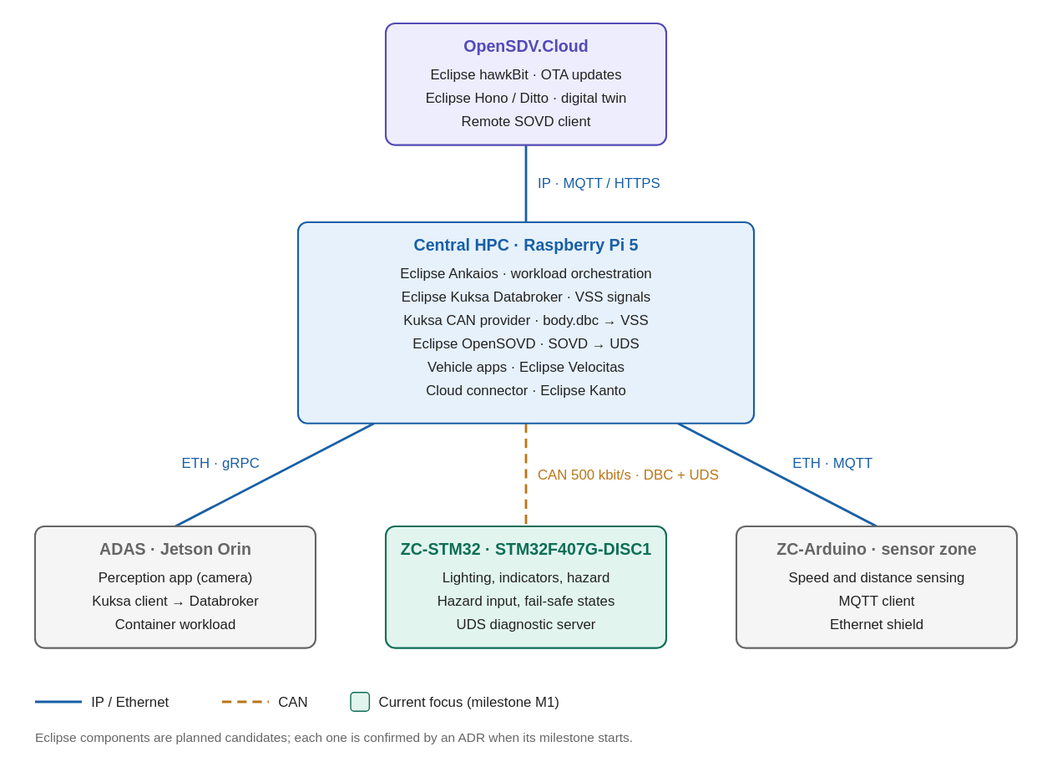
Above: docs/architecture/network/network-topology.drawio.svg in santhosh-ing/Open_SDV_Bench (draw.io), before the change. Source tidied: cells renumbered, new cells last; positions are measured from the earlier drawing's top-left corner, leaving out a move shared by most shapes. Source of this version:
```xml
<mxGraphModel background="#FFFFFF">
  <root>
    <mxCell id="0" />
    <mxCell id="1" parent="0" />
    <mxCell id="2" value="&lt;b style=&quot;color:#534AB7;font-size:14px&quot;&gt;OpenSDV.Cloud&lt;/b&gt;&lt;br&gt;Eclipse hawkBit · OTA updates&lt;br&gt;Eclipse Hono / Ditto · digital twin&lt;br&gt;Remote SOVD client" style="rounded=1;arcSize=6;whiteSpace=wrap;html=1;verticalAlign=top;spacingTop=6;fillColor=#EEEDFE;strokeColor=#534AB7;strokeWidth=1.5;fontFamily=Helvetica;fontSize=12;" parent="1" vertex="1">
      <mxGeometry x="300" width="240" height="104" as="geometry" />
    </mxCell>
    <mxCell id="3" value="&lt;b style=&quot;color:#185FA5;font-size:14px&quot;&gt;Central HPC · Raspberry Pi 5&lt;/b&gt;&lt;br&gt;Eclipse Ankaios · workload orchestration&lt;br&gt;Eclipse Kuksa Databroker · VSS signals&lt;br&gt;Kuksa CAN provider · body.dbc → VSS&lt;br&gt;Eclipse OpenSOVD · SOVD → UDS&lt;br&gt;Vehicle apps · Eclipse Velocitas&lt;br&gt;Cloud connector · Eclipse Kanto" style="rounded=1;arcSize=6;whiteSpace=wrap;html=1;verticalAlign=top;spacingTop=6;fillColor=#E6F1FB;strokeColor=#185FA5;strokeWidth=1.5;fontFamily=Helvetica;fontSize=12;" parent="1" vertex="1">
      <mxGeometry x="225" y="170" width="390" height="172" as="geometry" />
    </mxCell>
    <mxCell id="4" value="&lt;b style=&quot;color:#666666;font-size:14px&quot;&gt;ADAS · Jetson Orin&lt;/b&gt;&lt;br&gt;Perception app (camera)&lt;br&gt;Kuksa client → Databroker&lt;br&gt;Container workload" style="rounded=1;arcSize=6;whiteSpace=wrap;html=1;verticalAlign=top;spacingTop=6;fillColor=#F5F5F5;strokeColor=#666666;strokeWidth=1.5;fontFamily=Helvetica;fontSize=12;" parent="1" vertex="1">
      <mxGeometry y="430" width="240" height="104" as="geometry" />
    </mxCell>
    <mxCell id="5" value="&lt;b style=&quot;color:#0F6E56;font-size:14px&quot;&gt;ZC-STM32 · STM32F407G-DISC1&lt;/b&gt;&lt;br&gt;Lighting, indicators, hazard&lt;br&gt;Hazard input, fail-safe states&lt;br&gt;UDS diagnostic server" style="rounded=1;arcSize=6;whiteSpace=wrap;html=1;verticalAlign=top;spacingTop=6;fillColor=#E1F5EE;strokeColor=#0F6E56;strokeWidth=1.5;fontFamily=Helvetica;fontSize=12;" parent="1" vertex="1">
      <mxGeometry x="300" y="430" width="240" height="104" as="geometry" />
    </mxCell>
    <mxCell id="6" value="&lt;b style=&quot;color:#666666;font-size:14px&quot;&gt;ZC-Arduino · sensor zone&lt;/b&gt;&lt;br&gt;Speed and distance sensing&lt;br&gt;MQTT client&lt;br&gt;Ethernet shield" style="rounded=1;arcSize=6;whiteSpace=wrap;html=1;verticalAlign=top;spacingTop=6;fillColor=#F5F5F5;strokeColor=#666666;strokeWidth=1.5;fontFamily=Helvetica;fontSize=12;" parent="1" vertex="1">
      <mxGeometry x="600" y="430" width="240" height="104" as="geometry" />
    </mxCell>
    <mxCell id="7" value="IP · MQTT / HTTPS" style="endArrow=none;html=1;strokeColor=#185FA5;strokeWidth=2;fontColor=#185FA5;fontSize=12;labelBackgroundColor=#FFFFFF;" parent="1" edge="1" source="2" target="3">
      <mxGeometry relative="1" as="geometry" />
    </mxCell>
    <mxCell id="8" value="ETH · gRPC" style="endArrow=none;html=1;strokeColor=#185FA5;strokeWidth=2;fontColor=#185FA5;fontSize=12;labelBackgroundColor=#FFFFFF;" parent="1" edge="1" source="3" target="4">
      <mxGeometry relative="1" as="geometry" />
    </mxCell>
    <mxCell id="9" value="CAN 500 kbit/s · DBC + UDS" style="endArrow=none;html=1;strokeColor=#BA7517;strokeWidth=2;fontColor=#BA7517;fontSize=12;labelBackgroundColor=#FFFFFF;dashed=1;dashPattern=8 5;" parent="1" edge="1" source="3" target="5">
      <mxGeometry relative="1" as="geometry" />
    </mxCell>
    <mxCell id="10" value="ETH · MQTT" style="endArrow=none;html=1;strokeColor=#185FA5;strokeWidth=2;fontColor=#185FA5;fontSize=12;labelBackgroundColor=#FFFFFF;" parent="1" edge="1" source="3" target="6">
      <mxGeometry relative="1" as="geometry" />
    </mxCell>
    <mxCell id="11" value="&lt;span style=&quot;color:#185FA5&quot;&gt;━━&lt;/span&gt; IP / Ethernet   &lt;span style=&quot;color:#BA7517&quot;&gt;╍╍&lt;/span&gt; CAN   &lt;span style=&quot;background:#E1F5EE&quot;&gt;&amp;nbsp;&amp;nbsp;&amp;nbsp;&lt;/span&gt; Current focus (milestone M1)" style="text;html=1;align=left;verticalAlign=middle;fontFamily=Helvetica;fontSize=12;fontColor=#444444;" parent="1" vertex="1">
      <mxGeometry y="570" width="600" height="20" as="geometry" />
    </mxCell>
    <mxCell id="12" value="Eclipse components are planned candidates; each one is confirmed by an ADR when its milestone starts." style="text;html=1;align=left;verticalAlign=middle;fontFamily=Helvetica;fontSize=12;fontColor=#444444;" parent="1" vertex="1">
      <mxGeometry y="600" width="840" height="20" as="geometry" />
    </mxCell>
  </root>
</mxGraphModel>
```
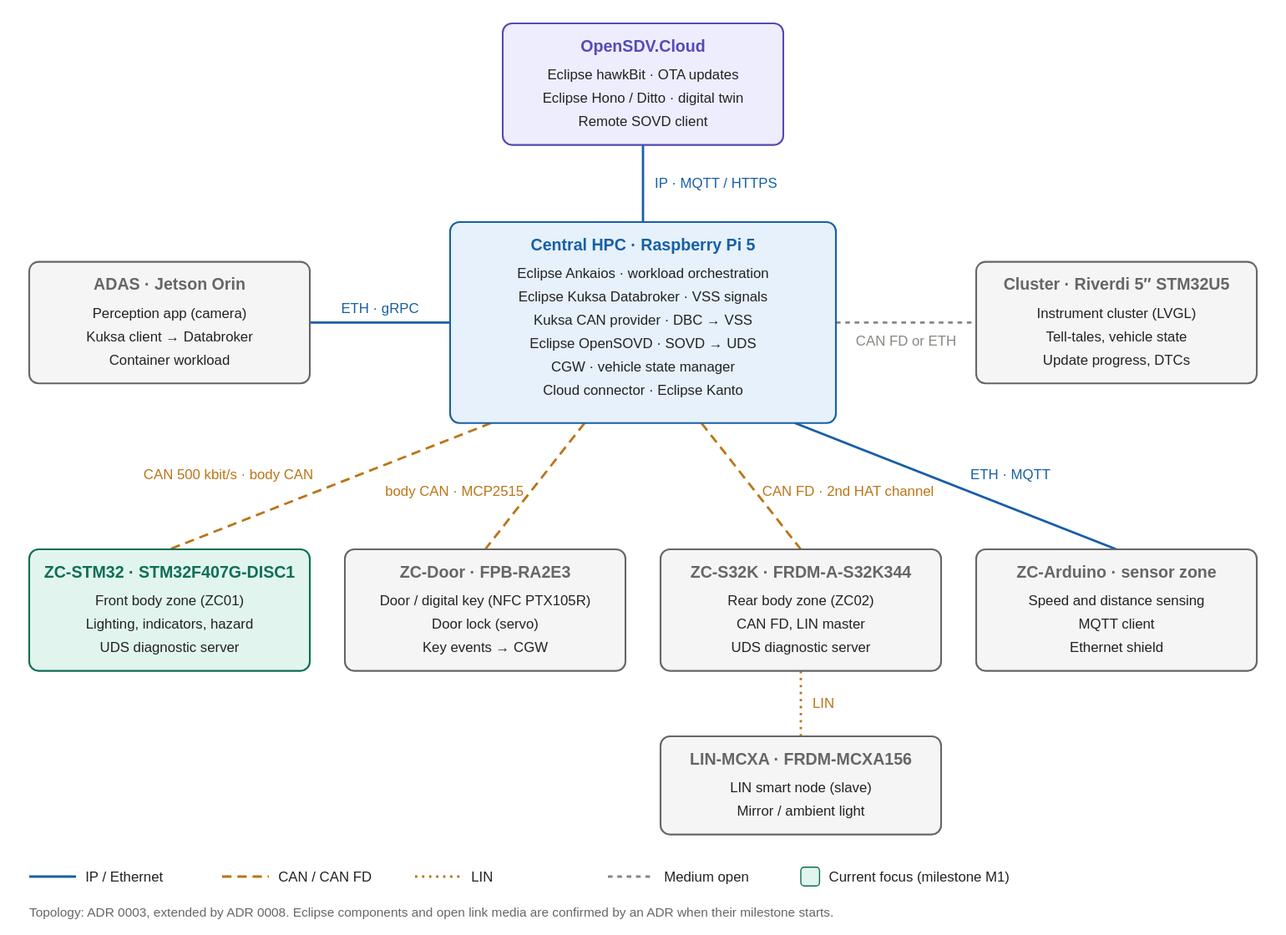
After the change.

Diff of the diagram source:
```diff
@@ -3,37 +3,61 @@
     <mxCell id="0" />
     <mxCell id="1" parent="0" />
     <mxCell id="2" value="&lt;b style=&quot;color:#534AB7;font-size:14px&quot;&gt;OpenSDV.Cloud&lt;/b&gt;&lt;br&gt;Eclipse hawkBit · OTA updates&lt;br&gt;Eclipse Hono / Ditto · digital twin&lt;br&gt;Remote SOVD client" style="rounded=1;arcSize=6;whiteSpace=wrap;html=1;verticalAlign=top;spacingTop=6;fillColor=#EEEDFE;strokeColor=#534AB7;strokeWidth=1.5;fontFamily=Helvetica;fontSize=12;" parent="1" vertex="1">
-      <mxGeometry x="300" width="240" height="104" as="geometry" />
+      <mxGeometry x="400" width="240" height="104" as="geometry" />
     </mxCell>
-    <mxCell id="3" value="&lt;b style=&quot;color:#185FA5;font-size:14px&quot;&gt;Central HPC · Raspberry Pi 5&lt;/b&gt;&lt;br&gt;Eclipse Ankaios · workload orchestration&lt;br&gt;Eclipse Kuksa Databroker · VSS signals&lt;br&gt;Kuksa CAN provider · body.dbc → VSS&lt;br&gt;Eclipse OpenSOVD · SOVD → UDS&lt;br&gt;Vehicle apps · Eclipse Velocitas&lt;br&gt;Cloud connector · Eclipse Kanto" style="rounded=1;arcSize=6;whiteSpace=wrap;html=1;verticalAlign=top;spacingTop=6;fillColor=#E6F1FB;strokeColor=#185FA5;strokeWidth=1.5;fontFamily=Helvetica;fontSize=12;" parent="1" vertex="1">
-      <mxGeometry x="225" y="170" width="390" height="172" as="geometry" />
+    <mxCell id="3" value="&lt;b style=&quot;color:#185FA5;font-size:14px&quot;&gt;Central HPC · Raspberry Pi 5&lt;/b&gt;&lt;br&gt;Eclipse Ankaios · workload orchestration&lt;br&gt;Eclipse Kuksa Databroker · VSS signals&lt;br&gt;Kuksa CAN provider · DBC → VSS&lt;br&gt;Eclipse OpenSOVD · SOVD → UDS&lt;br&gt;CGW · vehicle state manager&lt;br&gt;Cloud connector · Eclipse Kanto" style="rounded=1;arcSize=6;whiteSpace=wrap;html=1;verticalAlign=top;spacingTop=6;fillColor=#E6F1FB;strokeColor=#185FA5;strokeWidth=1.5;fontFamily=Helvetica;fontSize=12;" parent="1" vertex="1">
+      <mxGeometry x="355" y="170" width="330" height="172" as="geometry" />
     </mxCell>
     <mxCell id="4" value="&lt;b style=&quot;color:#666666;font-size:14px&quot;&gt;ADAS · Jetson Orin&lt;/b&gt;&lt;br&gt;Perception app (camera)&lt;br&gt;Kuksa client → Databroker&lt;br&gt;Container workload" style="rounded=1;arcSize=6;whiteSpace=wrap;html=1;verticalAlign=top;spacingTop=6;fillColor=#F5F5F5;strokeColor=#666666;strokeWidth=1.5;fontFamily=Helvetica;fontSize=12;" parent="1" vertex="1">
-      <mxGeometry y="430" width="240" height="104" as="geometry" />
+      <mxGeometry x="-5" y="204" width="240" height="104" as="geometry" />
     </mxCell>
+    <mxCell id="13" value="&lt;b style=&quot;color:#666666;font-size:14px&quot;&gt;Cluster · Riverdi 5″ STM32U5&lt;/b&gt;&lt;br&gt;Instrument cluster (LVGL)&lt;br&gt;Tell-tales, vehicle state&lt;br&gt;Update progress, DTCs" style="rounded=1;arcSize=6;whiteSpace=wrap;html=1;verticalAlign=top;spacingTop=6;fillColor=#F5F5F5;strokeColor=#666666;strokeWidth=1.5;fontFamily=Helvetica;fontSize=12;" parent="1" vertex="1">
+      <mxGeometry x="805" y="204" width="240" height="104" as="geometry" />
+    </mxCell>
-    <mxCell id="5" value="&lt;b style=&quot;color:#0F6E56;font-size:14px&quot;&gt;ZC-STM32 · STM32F407G-DISC1&lt;/b&gt;&lt;br&gt;Lighting, indicators, hazard&lt;br&gt;Hazard input, fail-safe states&lt;br&gt;UDS diagnostic server" style="rounded=1;arcSize=6;whiteSpace=wrap;html=1;verticalAlign=top;spacingTop=6;fillColor=#E1F5EE;strokeColor=#0F6E56;strokeWidth=1.5;fontFamily=Helvetica;fontSize=12;" parent="1" vertex="1">
-      <mxGeometry x="300" y="430" width="240" height="104" as="geometry" />
+    <mxCell id="5" value="&lt;b style=&quot;color:#0F6E56;font-size:14px&quot;&gt;ZC-STM32 · STM32F407G-DISC1&lt;/b&gt;&lt;br&gt;Front body zone (ZC01)&lt;br&gt;Lighting, indicators, hazard&lt;br&gt;UDS diagnostic server" style="rounded=1;arcSize=6;whiteSpace=wrap;html=1;verticalAlign=top;spacingTop=6;fillColor=#E1F5EE;strokeColor=#0F6E56;strokeWidth=1.5;fontFamily=Helvetica;fontSize=12;" parent="1" vertex="1">
+      <mxGeometry x="-5" y="450" width="240" height="104" as="geometry" />
     </mxCell>
+    <mxCell id="14" value="&lt;b style=&quot;color:#666666;font-size:14px&quot;&gt;ZC-Door · FPB-RA2E3&lt;/b&gt;&lt;br&gt;Door / digital key (NFC PTX105R)&lt;br&gt;Door lock (servo)&lt;br&gt;Key events → CGW" style="rounded=1;arcSize=6;whiteSpace=wrap;html=1;verticalAlign=top;spacingTop=6;fillColor=#F5F5F5;strokeColor=#666666;strokeWidth=1.5;fontFamily=Helvetica;fontSize=12;" parent="1" vertex="1">
+      <mxGeometry x="265" y="450" width="240" height="104" as="geometry" />
+    </mxCell>
+    <mxCell id="15" value="&lt;b style=&quot;color:#666666;font-size:14px&quot;&gt;ZC-S32K · FRDM-A-S32K344&lt;/b&gt;&lt;br&gt;Rear body zone (ZC02)&lt;br&gt;CAN FD, LIN master&lt;br&gt;UDS diagnostic server" style="rounded=1;arcSize=6;whiteSpace=wrap;html=1;verticalAlign=top;spacingTop=6;fillColor=#F5F5F5;strokeColor=#666666;strokeWidth=1.5;fontFamily=Helvetica;fontSize=12;" parent="1" vertex="1">
+      <mxGeometry x="535" y="450" width="240" height="104" as="geometry" />
+    </mxCell>
     <mxCell id="6" value="&lt;b style=&quot;color:#666666;font-size:14px&quot;&gt;ZC-Arduino · sensor zone&lt;/b&gt;&lt;br&gt;Speed and distance sensing&lt;br&gt;MQTT client&lt;br&gt;Ethernet shield" style="rounded=1;arcSize=6;whiteSpace=wrap;html=1;verticalAlign=top;spacingTop=6;fillColor=#F5F5F5;strokeColor=#666666;strokeWidth=1.5;fontFamily=Helvetica;fontSize=12;" parent="1" vertex="1">
-      <mxGeometry x="600" y="430" width="240" height="104" as="geometry" />
+      <mxGeometry x="805" y="450" width="240" height="104" as="geometry" />
     </mxCell>
+    <mxCell id="16" value="&lt;b style=&quot;color:#666666;font-size:14px&quot;&gt;LIN-MCXA · FRDM-MCXA156&lt;/b&gt;&lt;br&gt;LIN smart node (slave)&lt;br&gt;Mirror / ambient light" style="rounded=1;arcSize=6;whiteSpace=wrap;html=1;verticalAlign=top;spacingTop=6;fillColor=#F5F5F5;strokeColor=#666666;strokeWidth=1.5;fontFamily=Helvetica;fontSize=12;" parent="1" vertex="1">
+      <mxGeometry x="535" y="610" width="240" height="84" as="geometry" />
+    </mxCell>
     <mxCell id="7" value="IP · MQTT / HTTPS" style="endArrow=none;html=1;strokeColor=#185FA5;strokeWidth=2;fontColor=#185FA5;fontSize=12;labelBackgroundColor=#FFFFFF;" parent="1" edge="1" source="2" target="3">
       <mxGeometry relative="1" as="geometry" />
     </mxCell>
     <mxCell id="8" value="ETH · gRPC" style="endArrow=none;html=1;strokeColor=#185FA5;strokeWidth=2;fontColor=#185FA5;fontSize=12;labelBackgroundColor=#FFFFFF;" parent="1" edge="1" source="3" target="4">
       <mxGeometry relative="1" as="geometry" />
     </mxCell>
+    <mxCell id="17" value="CAN FD or ETH" style="endArrow=none;html=1;strokeColor=#888780;strokeWidth=2;fontColor=#888780;fontSize=12;labelBackgroundColor=#FFFFFF;dashed=1;dashPattern=4 4;" parent="1" edge="1" source="3" target="13">
+      <mxGeometry relative="1" as="geometry" />
+    </mxCell>
-    <mxCell id="9" value="CAN 500 kbit/s · DBC + UDS" style="endArrow=none;html=1;strokeColor=#BA7517;strokeWidth=2;fontColor=#BA7517;fontSize=12;labelBackgroundColor=#FFFFFF;dashed=1;dashPattern=8 5;" parent="1" edge="1" source="3" target="5">
+    <mxCell id="9" value="CAN 500 kbit/s · body CAN" style="endArrow=none;html=1;strokeColor=#BA7517;strokeWidth=2;fontColor=#BA7517;fontSize=12;labelBackgroundColor=#FFFFFF;dashed=1;dashPattern=8 5;" parent="1" edge="1" source="3" target="5">
       <mxGeometry relative="1" as="geometry" />
     </mxCell>
+    <mxCell id="18" value="body CAN · MCP2515" style="endArrow=none;html=1;strokeColor=#BA7517;strokeWidth=2;fontColor=#BA7517;fontSize=12;labelBackgroundColor=#FFFFFF;dashed=1;dashPattern=8 5;" parent="1" edge="1" source="3" target="14">
+      <mxGeometry relative="1" as="geometry" />
+    </mxCell>
+    <mxCell id="19" value="CAN FD · 2nd HAT channel" style="endArrow=none;html=1;strokeColor=#BA7517;strokeWidth=2;fontColor=#BA7517;fontSize=12;labelBackgroundColor=#FFFFFF;dashed=1;dashPattern=8 5;" parent="1" edge="1" source="3" target="15">
+      <mxGeometry relative="1" as="geometry" />
+    </mxCell>
     <mxCell id="10" value="ETH · MQTT" style="endArrow=none;html=1;strokeColor=#185FA5;strokeWidth=2;fontColor=#185FA5;fontSize=12;labelBackgroundColor=#FFFFFF;" parent="1" edge="1" source="3" target="6">
       <mxGeometry relative="1" as="geometry" />
     </mxCell>
+    <mxCell id="20" value="LIN" style="endArrow=none;html=1;strokeColor=#BA7517;strokeWidth=2;fontColor=#BA7517;fontSize=12;labelBackgroundColor=#FFFFFF;dashed=1;dashPattern=2 4;" parent="1" edge="1" source="15" target="16">
+      <mxGeometry relative="1" as="geometry" />
+    </mxCell>
-    <mxCell id="11" value="&lt;span style=&quot;color:#185FA5&quot;&gt;━━&lt;/span&gt; IP / Ethernet   &lt;span style=&quot;color:#BA7517&quot;&gt;╍╍&lt;/span&gt; CAN   &lt;span style=&quot;background:#E1F5EE&quot;&gt;&amp;nbsp;&amp;nbsp;&amp;nbsp;&lt;/span&gt; Current focus (milestone M1)" style="text;html=1;align=left;verticalAlign=middle;fontFamily=Helvetica;fontSize=12;fontColor=#444444;" parent="1" vertex="1">
-      <mxGeometry y="570" width="600" height="20" as="geometry" />
+    <mxCell id="11" value="&lt;span style=&quot;color:#185FA5&quot;&gt;━━&lt;/span&gt; IP / Ethernet   &lt;span style=&quot;color:#BA7517&quot;&gt;╍╍&lt;/span&gt; CAN / CAN FD   &lt;span style=&quot;color:#BA7517&quot;&gt;┄┄&lt;/span&gt; LIN   &lt;span style=&quot;color:#888780&quot;&gt;╌╌&lt;/span&gt; Medium open   &lt;span style=&quot;background:#E1F5EE&quot;&gt;&amp;nbsp;&amp;nbsp;&amp;nbsp;&lt;/span&gt; Current focus (milestone M1)" style="text;html=1;align=left;verticalAlign=middle;fontFamily=Helvetica;fontSize=12;fontColor=#444444;" parent="1" vertex="1">
+      <mxGeometry x="-5" y="720" width="900" height="20" as="geometry" />
     </mxCell>
-    <mxCell id="12" value="Eclipse components are planned candidates; each one is confirmed by an ADR when its milestone starts." style="text;html=1;align=left;verticalAlign=middle;fontFamily=Helvetica;fontSize=12;fontColor=#444444;" parent="1" vertex="1">
-      <mxGeometry y="600" width="840" height="20" as="geometry" />
+    <mxCell id="12" value="Topology: ADR 0003, extended by ADR 0008. Eclipse components and open link media are confirmed by an ADR when their milestone starts." style="text;html=1;align=left;verticalAlign=middle;fontFamily=Helvetica;fontSize=12;fontColor=#444444;" parent="1" vertex="1">
+      <mxGeometry x="-5" y="752" width="1050" height="20" as="geometry" />
     </mxCell>
   </root>
 </mxGraphModel>
```
